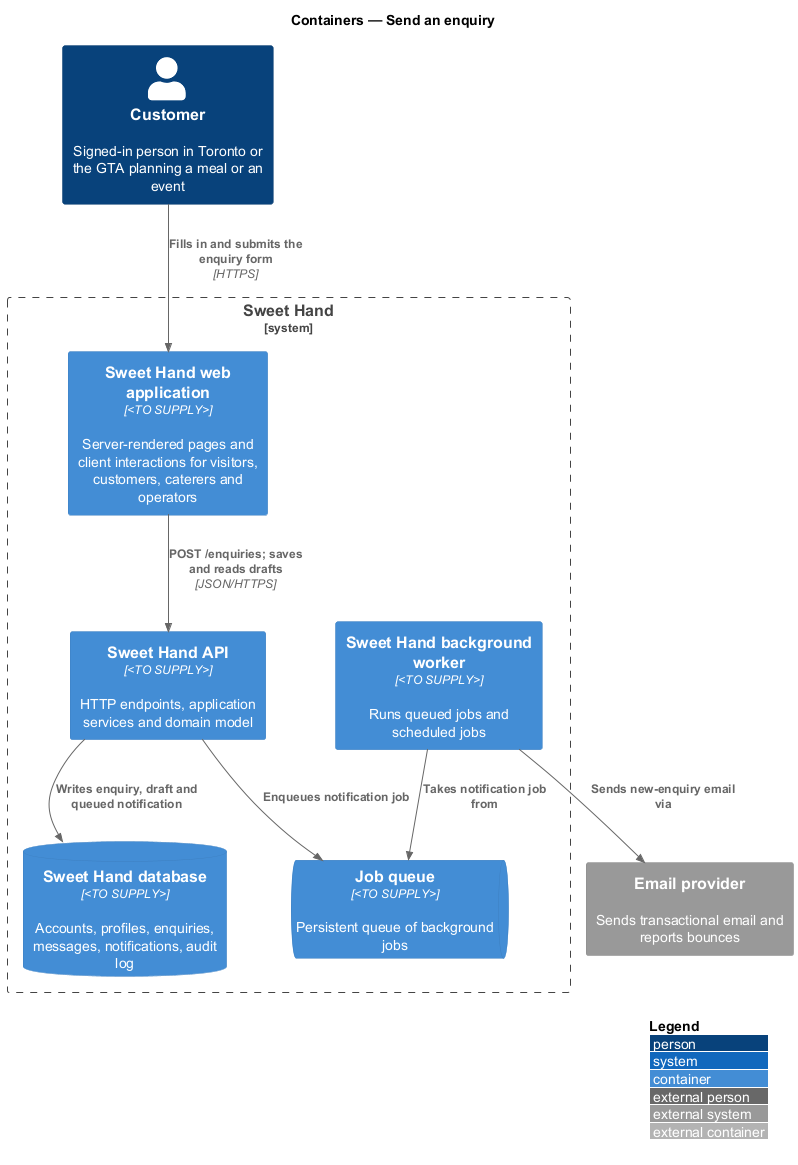
QuinntyneBrown/sweet-hand keeps this PlantUML diagram as docs/detailed-designs/enquiries/send-enquiry/diagrams/c4-container.png. Above is the earlier version. Source of this version:
```plantuml
@startuml
!include <C4/C4_Container>
LAYOUT_WITH_LEGEND()
title Containers — Send an enquiry

Person(customer, "Customer", "Signed-in person in Toronto or the GTA planning a meal or an event")
System_Boundary(sweethand, "Sweet Hand") {
  Container(web, "Sweet Hand web application", "<TO SUPPLY>", "Server-rendered pages and client interactions for visitors, customers, caterers and operators")
  Container(api, "Sweet Hand API", "<TO SUPPLY>", "HTTP endpoints, application services and domain model")
  ContainerDb(db, "Sweet Hand database", "<TO SUPPLY>", "Accounts, profiles, enquiries, messages, notifications, audit log")
  ContainerQueue(queue, "Job queue", "<TO SUPPLY>", "Persistent queue of background jobs")
  Container(worker, "Sweet Hand background worker", "<TO SUPPLY>", "Runs queued jobs and scheduled jobs")
}
System_Ext(email, "Email provider", "Sends transactional email and reports bounces")

Rel(customer, web, "Fills in and submits the enquiry form", "HTTPS")
Rel(web, api, "POST /enquiries; saves and reads drafts", "JSON/HTTPS")
Rel(api, db, "Writes enquiry, draft and queued notification")
Rel(api, queue, "Enqueues notification job")
Rel(worker, queue, "Takes notification job from")
Rel(worker, email, "Sends new-enquiry email via")
@enduml
```
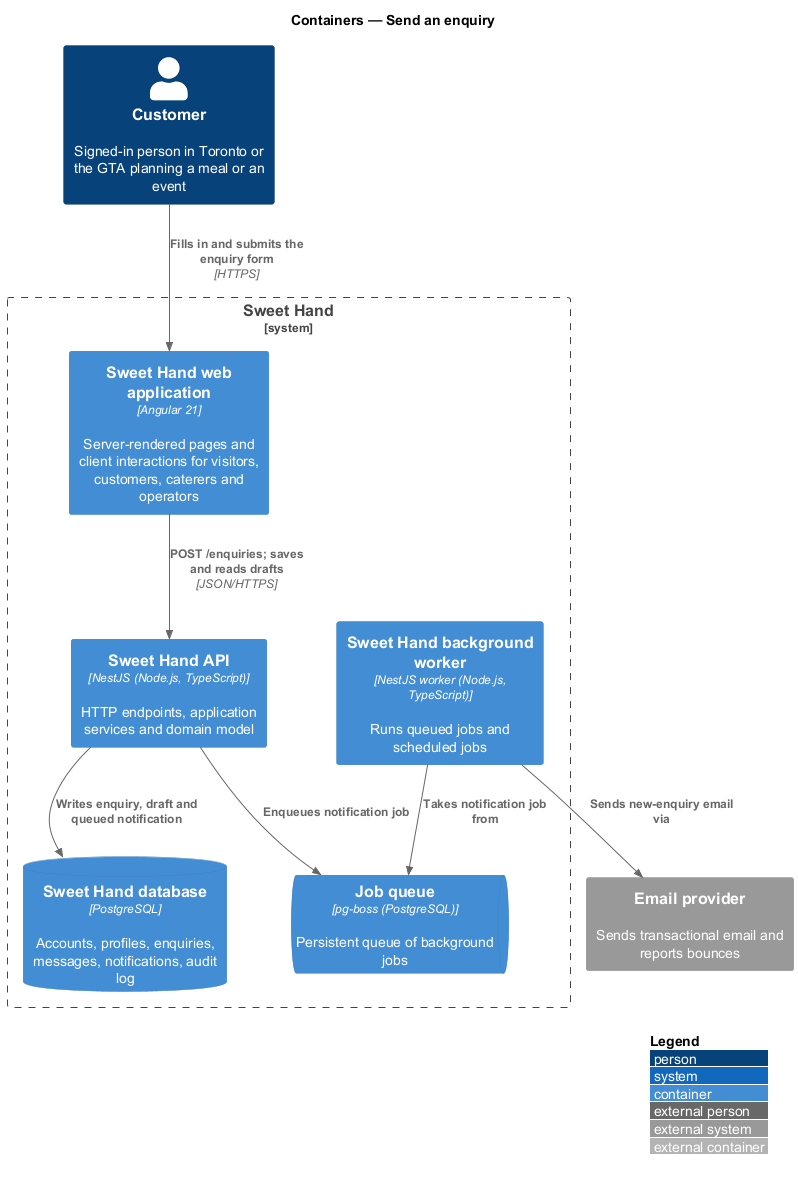
Above is the later version.

Change to the diagram source:
```diff
@@ -5,11 +5,11 @@
 
 Person(customer, "Customer", "Signed-in person in Toronto or the GTA planning a meal or an event")
 System_Boundary(sweethand, "Sweet Hand") {
-  Container(web, "Sweet Hand web application", "<TO SUPPLY>", "Server-rendered pages and client interactions for visitors, customers, caterers and operators")
-  Container(api, "Sweet Hand API", "<TO SUPPLY>", "HTTP endpoints, application services and domain model")
-  ContainerDb(db, "Sweet Hand database", "<TO SUPPLY>", "Accounts, profiles, enquiries, messages, notifications, audit log")
-  ContainerQueue(queue, "Job queue", "<TO SUPPLY>", "Persistent queue of background jobs")
-  Container(worker, "Sweet Hand background worker", "<TO SUPPLY>", "Runs queued jobs and scheduled jobs")
+  Container(web, "Sweet Hand web application", "Angular 21", "Server-rendered pages and client interactions for visitors, customers, caterers and operators")
+  Container(api, "Sweet Hand API", "NestJS (Node.js, TypeScript)", "HTTP endpoints, application services and domain model")
+  ContainerDb(db, "Sweet Hand database", "PostgreSQL", "Accounts, profiles, enquiries, messages, notifications, audit log")
+  ContainerQueue(queue, "Job queue", "pg-boss (PostgreSQL)", "Persistent queue of background jobs")
+  Container(worker, "Sweet Hand background worker", "NestJS worker (Node.js, TypeScript)", "Runs queued jobs and scheduled jobs")
 }
 System_Ext(email, "Email provider", "Sends transactional email and reports bounces")
 
```
